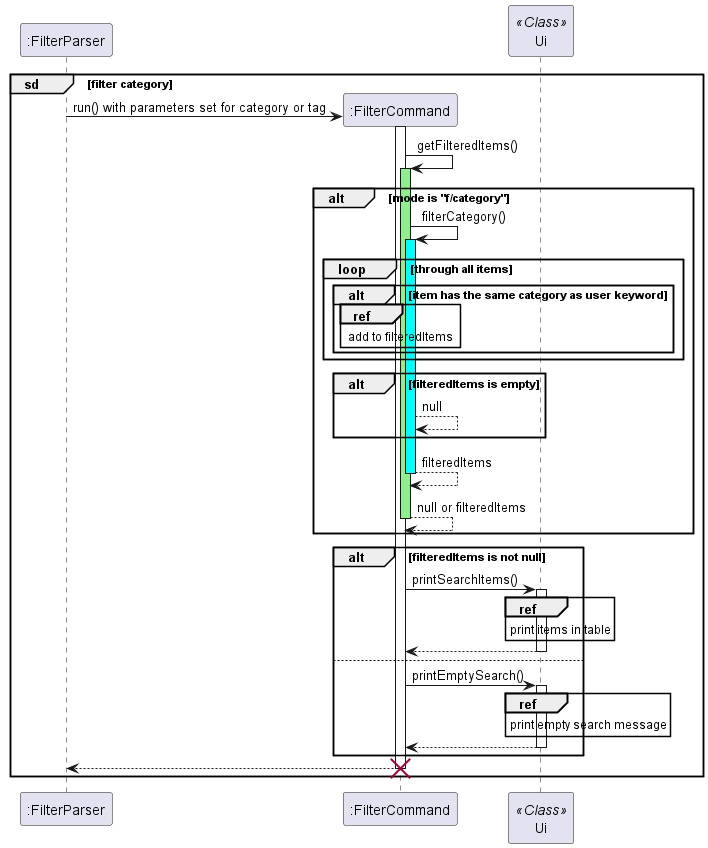
Before: docs/UML/Filter/FilterTagCategory.png, a diagram exported from PlantUML (nus-cs2113-AY2223S2/tp).
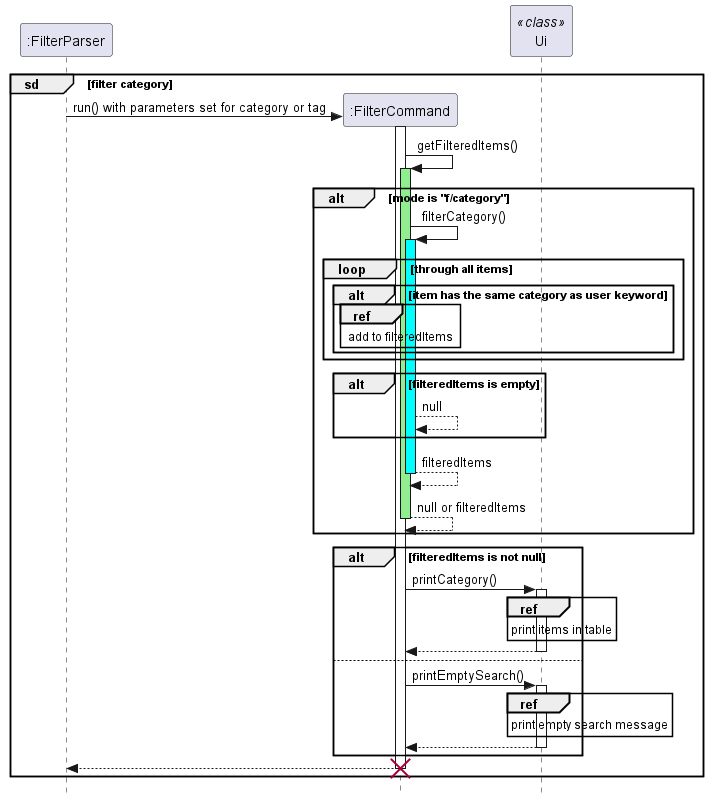
Above is the later version.

Change to the diagram source:
```diff
@@ -1,5 +1,6 @@
 @startuml
 
+skinparam style strictuml
 participant ":FilterParser"
 group sd [filter category]
     ":FilterParser" -> ":FilterCommand" ** : run() with parameters set for category or tag
@@ -22,9 +23,9 @@
         return filteredItems
     return null or filteredItems
     end
-    Participant "Ui" << Class >>
+    Participant "Ui" <<class>>
     alt filteredItems is not null
-        ":FilterCommand" -> "Ui": printSearchItems()
+        ":FilterCommand" -> "Ui": printCategory()
         activate "Ui"
         ref over "Ui"
             print items in table
```
